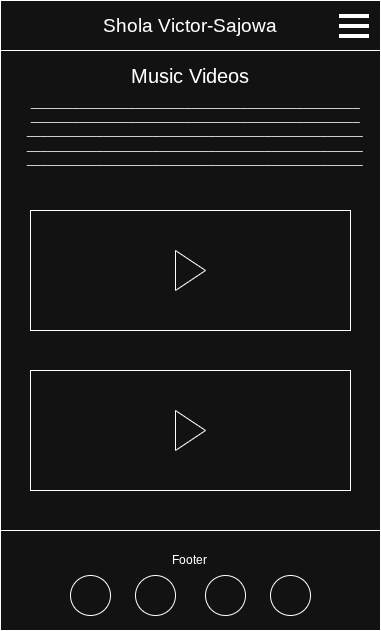
The draw.io diagram wireframes/videos-html.drawio.png in DeoluVS/q1-coursework-codeinstitute, before a commit. Source tidied: cells renumbered, new cells last; positions are measured from the earlier drawing's top-left corner, leaving out a move shared by most shapes. The source it was exported from:
```xml
<mxGraphModel>
  <root>
    <mxCell id="0" />
    <mxCell id="1" parent="0" />
    <mxCell id="2" style="rounded=0;whiteSpace=wrap;html=1;" parent="1" vertex="1">
      <mxGeometry width="380" height="50" as="geometry" />
    </mxCell>
    <mxCell id="3" value="&lt;font style=&quot;font-size: 19px;&quot;&gt;Shola Victor-Sajowa&lt;/font&gt;" style="text;html=1;align=center;verticalAlign=middle;whiteSpace=wrap;rounded=0;" parent="1" vertex="1">
      <mxGeometry x="60" y="10" width="260" height="30" as="geometry" />
    </mxCell>
    <mxCell id="4" style="group;" parent="1" vertex="1">
      <mxGeometry x="339" y="16" width="30" height="20" as="geometry" />
    </mxCell>
    <mxCell id="5" style="endArrow=none;html=1;rounded=0;strokeWidth=4;" parent="4" edge="1">
      <mxGeometry relative="1" as="geometry">
        <mxPoint as="sourcePoint" />
        <mxPoint x="30" as="targetPoint" />
      </mxGeometry>
    </mxCell>
    <mxCell id="6" style="endArrow=none;html=1;rounded=0;strokeWidth=4;" parent="4" edge="1">
      <mxGeometry relative="1" as="geometry">
        <mxPoint y="20" as="sourcePoint" />
        <mxPoint x="30" y="20" as="targetPoint" />
      </mxGeometry>
    </mxCell>
    <mxCell id="7" style="endArrow=none;html=1;rounded=0;strokeWidth=4;" parent="4" edge="1">
      <mxGeometry relative="1" as="geometry">
        <mxPoint y="10" as="sourcePoint" />
        <mxPoint x="30" y="10" as="targetPoint" />
      </mxGeometry>
    </mxCell>
    <mxCell id="8" style="rounded=0;whiteSpace=wrap;html=1;" parent="1" vertex="1">
      <mxGeometry y="50" width="380" height="480" as="geometry" />
    </mxCell>
    <mxCell id="9" value="&lt;font style=&quot;font-size: 20px;&quot;&gt;Music Videos&lt;/font&gt;" style="text;html=1;whiteSpace=wrap;strokeColor=none;fillColor=none;align=center;verticalAlign=middle;rounded=0;" parent="1" vertex="1">
      <mxGeometry x="80" y="60" width="220" height="30" as="geometry" />
    </mxCell>
    <mxCell id="10" value="_______________________________________________&lt;div&gt;_______________________________________________&lt;/div&gt;&lt;div&gt;________________________________________________&lt;/div&gt;&lt;div&gt;________________________________________________&lt;/div&gt;&lt;div&gt;________________________________________________&lt;/div&gt;" style="text;html=1;whiteSpace=wrap;strokeColor=none;fillColor=none;align=center;verticalAlign=middle;rounded=0;" parent="1" vertex="1">
      <mxGeometry x="30" y="90" width="330" height="80" as="geometry" />
    </mxCell>
    <mxCell id="11" style="rounded=0;whiteSpace=wrap;html=1;" parent="1" vertex="1">
      <mxGeometry x="30" y="210" width="320" height="120" as="geometry" />
    </mxCell>
    <mxCell id="12" style="rounded=0;whiteSpace=wrap;html=1;" parent="1" vertex="1">
      <mxGeometry x="30" y="370" width="320" height="120" as="geometry" />
    </mxCell>
    <mxCell id="13" style="triangle;whiteSpace=wrap;html=1;" parent="1" vertex="1">
      <mxGeometry x="175" y="250" width="30" height="40" as="geometry" />
    </mxCell>
    <mxCell id="14" style="triangle;whiteSpace=wrap;html=1;" parent="1" vertex="1">
      <mxGeometry x="175" y="410" width="30" height="40" as="geometry" />
    </mxCell>
    <mxCell id="15" style="rounded=0;whiteSpace=wrap;html=1;" parent="1" vertex="1">
      <mxGeometry y="530" width="380" height="100" as="geometry" />
    </mxCell>
    <mxCell id="16" value="Footer" style="text;html=1;align=center;verticalAlign=middle;whiteSpace=wrap;rounded=0;" parent="1" vertex="1">
      <mxGeometry x="159" y="545" width="60" height="30" as="geometry" />
    </mxCell>
    <mxCell id="17" style="ellipse;whiteSpace=wrap;html=1;" parent="1" vertex="1">
      <mxGeometry x="70" y="575" width="40" height="40" as="geometry" />
    </mxCell>
    <mxCell id="18" style="ellipse;whiteSpace=wrap;html=1;" parent="1" vertex="1">
      <mxGeometry x="135" y="575" width="40" height="40" as="geometry" />
    </mxCell>
    <mxCell id="19" style="ellipse;whiteSpace=wrap;html=1;" parent="1" vertex="1">
      <mxGeometry x="270" y="575" width="40" height="40" as="geometry" />
    </mxCell>
    <mxCell id="20" style="ellipse;whiteSpace=wrap;html=1;" parent="1" vertex="1">
      <mxGeometry x="205" y="575" width="40" height="40" as="geometry" />
    </mxCell>
  </root>
</mxGraphModel>
```
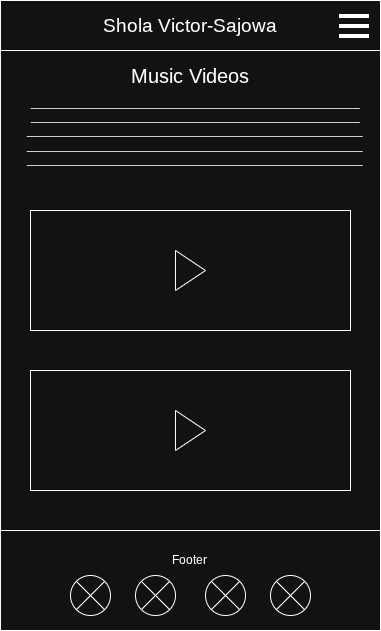
After the change.

Change to the diagram source:
```diff
@@ -68,5 +68,29 @@
     <mxCell id="20" style="ellipse;whiteSpace=wrap;html=1;" parent="1" vertex="1">
       <mxGeometry x="205" y="575" width="40" height="40" as="geometry" />
     </mxCell>
+    <mxCell id="21" style="endArrow=none;html=1;rounded=0;exitX=0;exitY=1;exitDx=0;exitDy=0;entryX=1;entryY=0;entryDx=0;entryDy=0;" parent="1" edge="1" source="17" target="17">
+      <mxGeometry relative="1" as="geometry" />
+    </mxCell>
+    <mxCell id="22" style="rounded=0;orthogonalLoop=1;jettySize=auto;html=1;exitX=0;exitY=0;exitDx=0;exitDy=0;entryX=1;entryY=1;entryDx=0;entryDy=0;endArrow=none;endFill=0;" parent="1" edge="1" source="17" target="17">
+      <mxGeometry relative="1" as="geometry" />
+    </mxCell>
+    <mxCell id="23" style="rounded=0;orthogonalLoop=1;jettySize=auto;html=1;exitX=0;exitY=0;exitDx=0;exitDy=0;entryX=1;entryY=1;entryDx=0;entryDy=0;endArrow=none;endFill=0;" parent="1" edge="1" source="18" target="18">
+      <mxGeometry relative="1" as="geometry" />
+    </mxCell>
+    <mxCell id="24" style="rounded=0;orthogonalLoop=1;jettySize=auto;html=1;exitX=0;exitY=1;exitDx=0;exitDy=0;entryX=1;entryY=0;entryDx=0;entryDy=0;endArrow=none;endFill=0;" parent="1" edge="1" source="18" target="18">
+      <mxGeometry relative="1" as="geometry" />
+    </mxCell>
+    <mxCell id="25" style="rounded=0;orthogonalLoop=1;jettySize=auto;html=1;exitX=0;exitY=0;exitDx=0;exitDy=0;entryX=1;entryY=1;entryDx=0;entryDy=0;endArrow=none;endFill=0;" parent="1" edge="1" source="20" target="20">
+      <mxGeometry relative="1" as="geometry" />
+    </mxCell>
+    <mxCell id="26" style="rounded=0;orthogonalLoop=1;jettySize=auto;html=1;exitX=0;exitY=1;exitDx=0;exitDy=0;entryX=1;entryY=0;entryDx=0;entryDy=0;endArrow=none;endFill=0;" parent="1" edge="1" source="20" target="20">
+      <mxGeometry relative="1" as="geometry" />
+    </mxCell>
+    <mxCell id="27" style="rounded=0;orthogonalLoop=1;jettySize=auto;html=1;exitX=0;exitY=0;exitDx=0;exitDy=0;entryX=1;entryY=1;entryDx=0;entryDy=0;endArrow=none;endFill=0;" parent="1" edge="1" source="19" target="19">
+      <mxGeometry relative="1" as="geometry" />
+    </mxCell>
+    <mxCell id="28" style="rounded=0;orthogonalLoop=1;jettySize=auto;html=1;exitX=0;exitY=1;exitDx=0;exitDy=0;entryX=1;entryY=0;entryDx=0;entryDy=0;endArrow=none;endFill=0;" parent="1" edge="1" source="19" target="19">
+      <mxGeometry relative="1" as="geometry" />
+    </mxCell>
   </root>
 </mxGraphModel>
```
